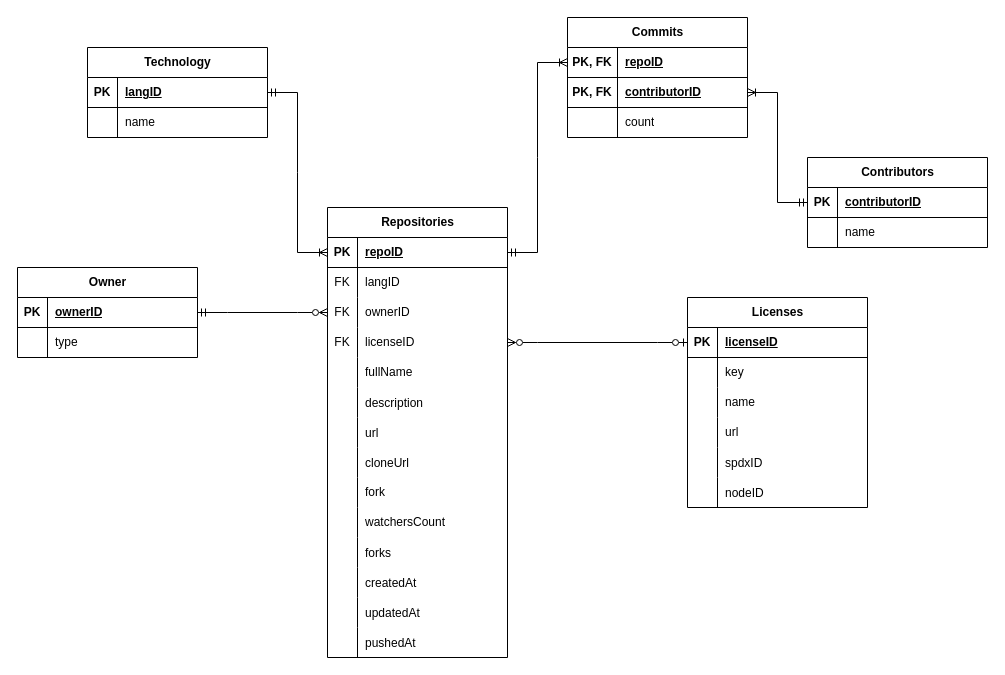
This is page "Page-2" (2 of 2) of Repo_ERM.drawio from hnadir-dev/RestApiFlask, a draw.io file, before an edit. Source tidied: cells renumbered, new cells numbered last; positions are measured from the earlier drawing's top-left corner, leaving out a move shared by most shapes. Both pictures are drawn from the tidied source at 100%, with x=0, y=0 at pixel (17, 17).
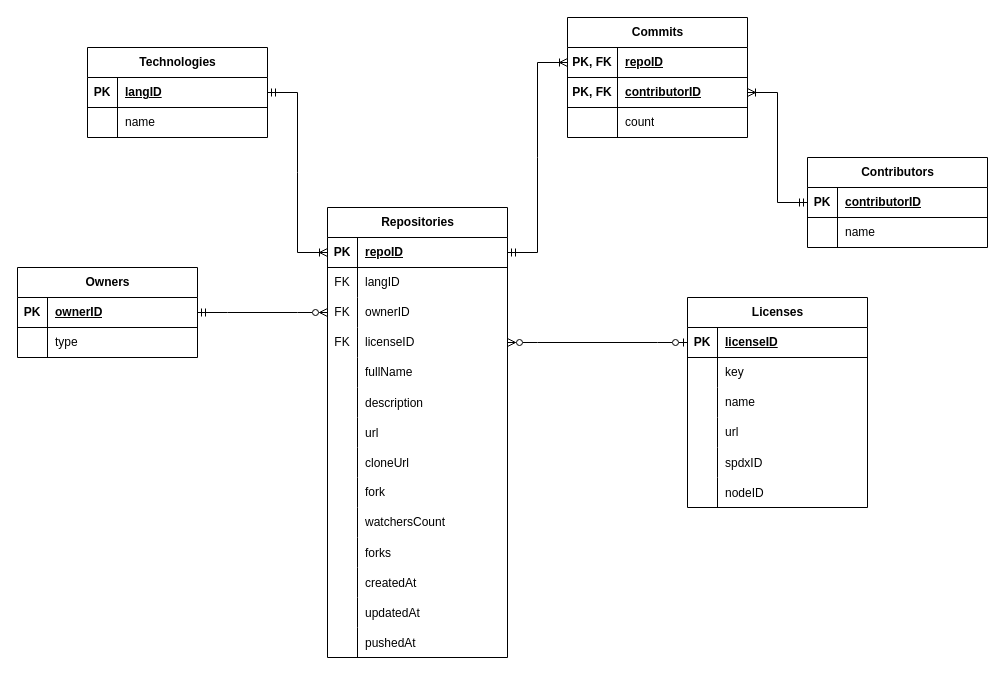
After the change.

Commit message:
Mettre à jour Repo_ERM.drawio

Change to the diagram source:
```diff
@@
-    <mxCell id="52" value="Owner" style="shape=table;startSize=30;childLayout=tableLayout;rowLines=0;fontStyle=1;align=center;html=1;" parent="1" vertex="1">
+    <mxCell id="52" value="Owners" style="shape=table;startSize=30;childLayout=tableLayout;rowLines=0;fontStyle=1;align=center;html=1;" parent="1" vertex="1">
       <mxGeometry y="250" width="180" height="90" as="geometry" />
     </mxCell>
@@
-    <mxCell id="59" value="Technology" style="shape=table;startSize=30;childLayout=tableLayout;rowLines=0;fontStyle=1;align=center;html=1;" parent="1" vertex="1">
+    <mxCell id="59" value="Technologies" style="shape=table;startSize=30;childLayout=tableLayout;rowLines=0;fontStyle=1;align=center;html=1;" parent="1" vertex="1">
       <mxGeometry x="70" y="30" width="180" height="90" as="geometry" />
     </mxCell>
```
